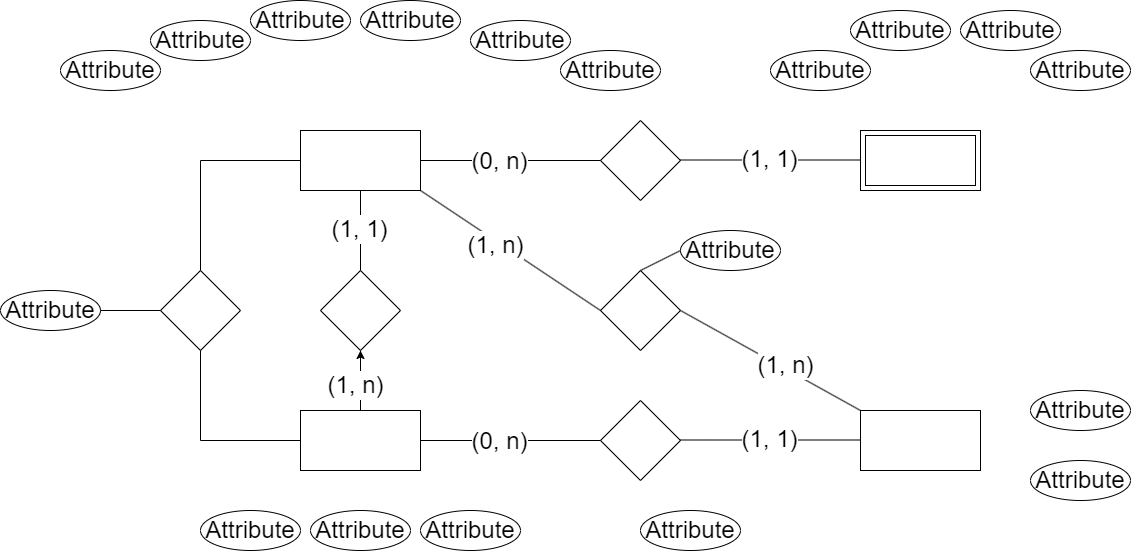
datnham0212/learning keeps this draw.io diagram as Chương 2.png. Above is the earlier version. Source tidied: cells renumbered, new cells last; positions are measured from the earlier drawing's top-left corner, leaving out a move shared by most shapes.
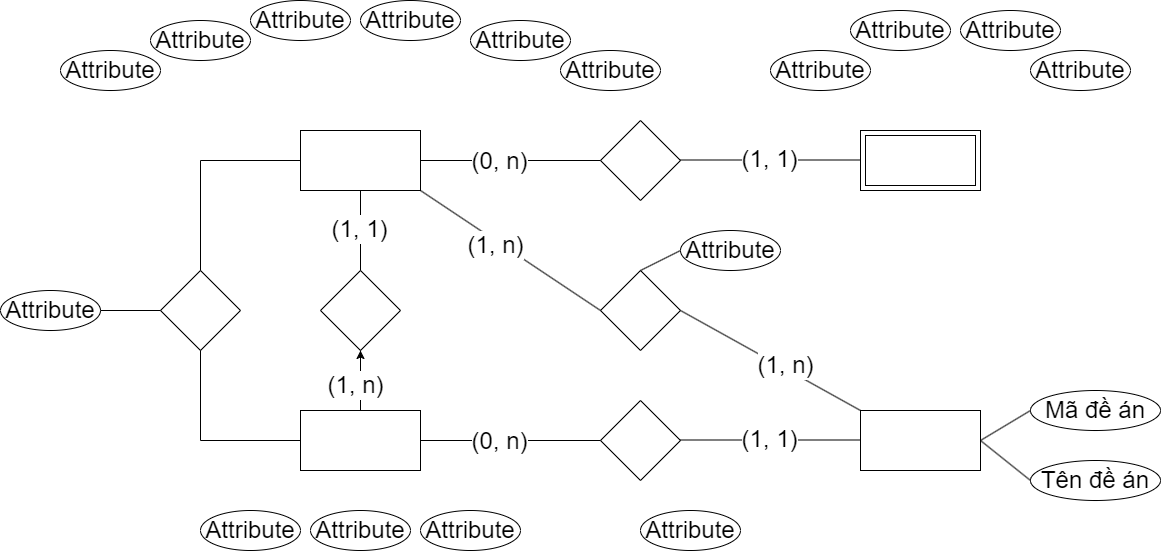
Above is the later version.

What changed in the source:
```diff
@@ -160,11 +160,11 @@
         <mxPoint x="-6" y="-16" as="offset" />
       </mxGeometry>
     </mxCell>
-    <mxCell id="43" value="Attribute" style="ellipse;whiteSpace=wrap;html=1;align=center;fontSize=24;" parent="1" vertex="1">
-      <mxGeometry x="1030" y="390" width="100" height="40" as="geometry" />
+    <mxCell id="43" value="Mã đề án" style="ellipse;whiteSpace=wrap;html=1;align=center;fontSize=24;" parent="1" vertex="1">
+      <mxGeometry x="1030" y="390" width="130" height="40" as="geometry" />
     </mxCell>
-    <mxCell id="44" value="Attribute" style="ellipse;whiteSpace=wrap;html=1;align=center;fontSize=24;" parent="1" vertex="1">
-      <mxGeometry x="1030" y="460" width="100" height="40" as="geometry" />
+    <mxCell id="44" value="Tên đề án" style="ellipse;whiteSpace=wrap;html=1;align=center;fontSize=24;" parent="1" vertex="1">
+      <mxGeometry x="1030" y="460" width="130" height="40" as="geometry" />
     </mxCell>
     <mxCell id="45" style="endArrow=none;html=1;rounded=0;exitX=0;exitY=0.5;exitDx=0;exitDy=0;fontSize=24;" parent="1" edge="1" source="2">
       <mxGeometry relative="1" as="geometry">
@@ -186,5 +186,13 @@
         <mxPoint x="100" y="310" as="sourcePoint" />
       </mxGeometry>
     </mxCell>
+    <mxCell id="49" style="endArrow=none;html=1;rounded=0;entryX=0;entryY=0.5;entryDx=0;entryDy=0;" parent="1" edge="1" target="43">
+      <mxGeometry relative="1" as="geometry">
+        <mxPoint x="980" y="440" as="sourcePoint" />
+      </mxGeometry>
+    </mxCell>
+    <mxCell id="50" style="endArrow=none;html=1;rounded=0;entryX=0;entryY=0.5;entryDx=0;entryDy=0;exitX=1;exitY=0.5;exitDx=0;exitDy=0;" parent="1" edge="1" source="3" target="44">
+      <mxGeometry relative="1" as="geometry" />
+    </mxCell>
   </root>
 </mxGraphModel>
```
